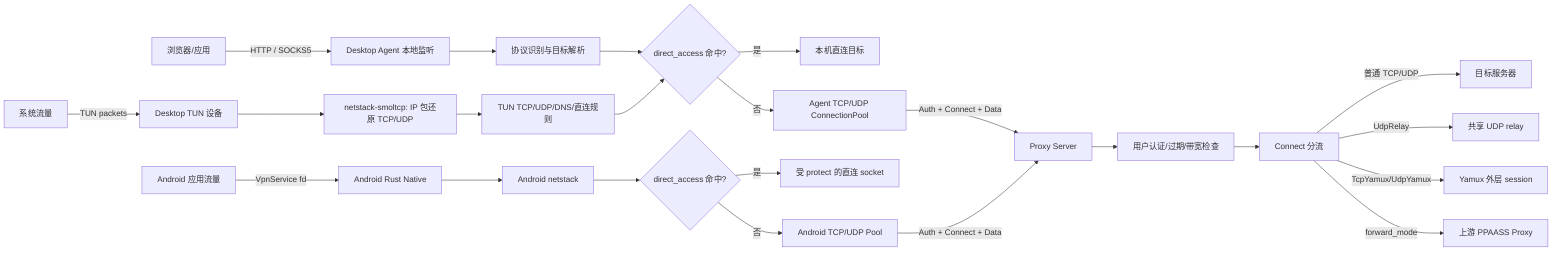
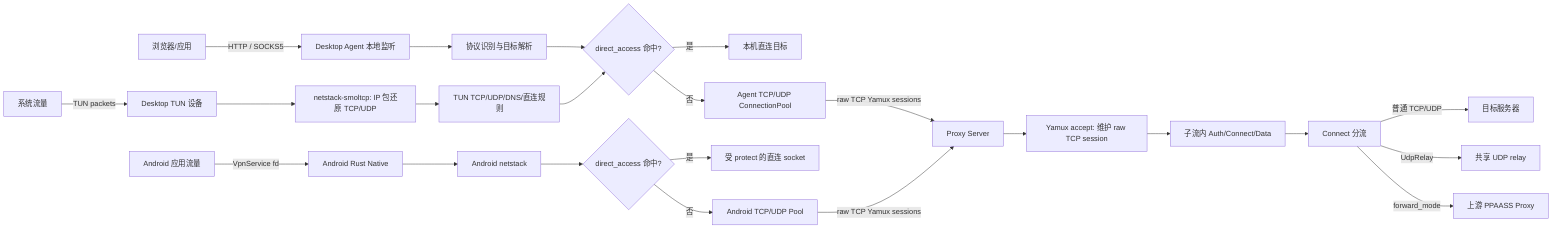
flowchart LR
    Browser["浏览器/应用"] -->|"HTTP / SOCKS5"| AgentListen["Desktop Agent 本地监听"]
    OS["系统流量"] -->|"TUN packets"| TunDevice["Desktop TUN 设备"]
    AndroidApps["Android 应用流量"] -->|"VpnService fd"| AndroidNative["Android Rust Native"]

    AgentListen --> AgentRouter["协议识别与目标解析"]
    TunDevice --> Netstack["netstack-smoltcp: IP 包还原 TCP/UDP"]
    Netstack --> TunRouter["TUN TCP/UDP/DNS/直连规则"]
    AndroidNative --> AndroidNetstack["Android netstack"]

    AgentRouter --> DirectCheck{"direct_access 命中?"}
    TunRouter --> DirectCheck
    AndroidNetstack --> AndroidDirect{"direct_access 命中?"}

    DirectCheck -->|"是"| LocalTarget["本机直连目标"]
    AndroidDirect -->|"是"| AndroidDirectSocket["受 protect 的直连 socket"]

    DirectCheck -->|"否"| Pool["Agent TCP/UDP ConnectionPool"]
    AndroidDirect -->|"否"| AndroidPool["Android TCP/UDP Pool"]

-     Pool -->|"Auth + Connect + Data"| Proxy["Proxy Server"]
-     AndroidPool -->|"Auth + Connect + Data"| Proxy
+     Pool -->|"raw TCP Yamux sessions"| Proxy["Proxy Server"]
+     AndroidPool -->|"raw TCP Yamux sessions"| Proxy

-     Proxy --> Auth["用户认证/过期/带宽检查"]
+     Proxy --> YamuxAccept["Yamux accept: 维护 raw TCP session"]
+     YamuxAccept --> Auth["子流内 Auth/Connect/Data"]
    Auth --> ConnectDispatch["Connect 分流"]
    ConnectDispatch -->|"普通 TCP/UDP"| Target["目标服务器"]
    ConnectDispatch -->|"UdpRelay"| UdpRelay["共享 UDP relay"]
-     ConnectDispatch -->|"TcpYamux/UdpYamux"| Yamux["Yamux 外层 session"]
    ConnectDispatch -->|"forward_mode"| Upstream["上游 PPAASS Proxy"]
